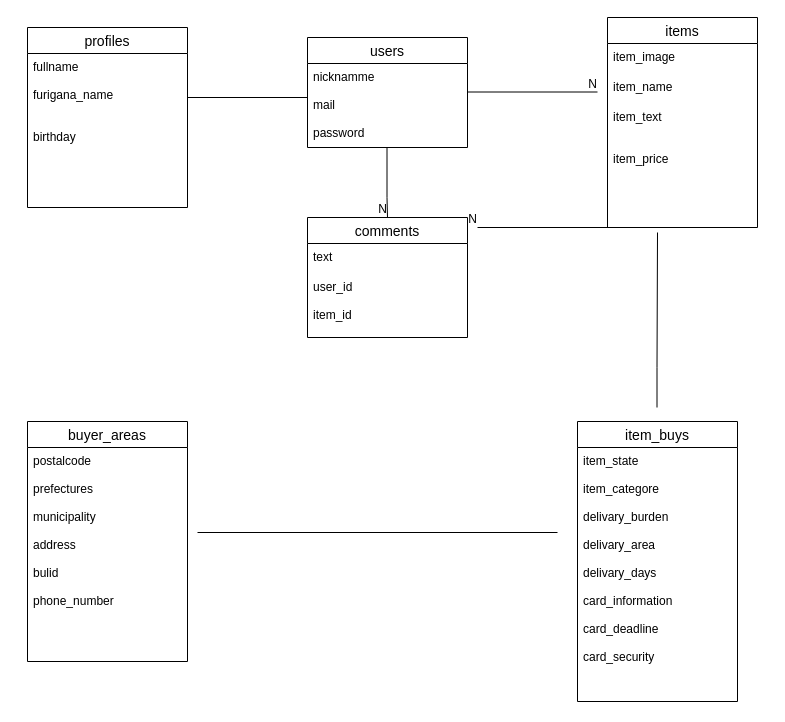
Earlier version of the draw.io diagram furima.dio (nakanowatari-taiki/furima-33539). Source tidied: cells renumbered, new cells numbered last; positions are measured from the earlier drawing's top-left corner, leaving out a move shared by most shapes. Both pictures are drawn from the tidied source at 100%, with x=0, y=0 at pixel (27, 17).
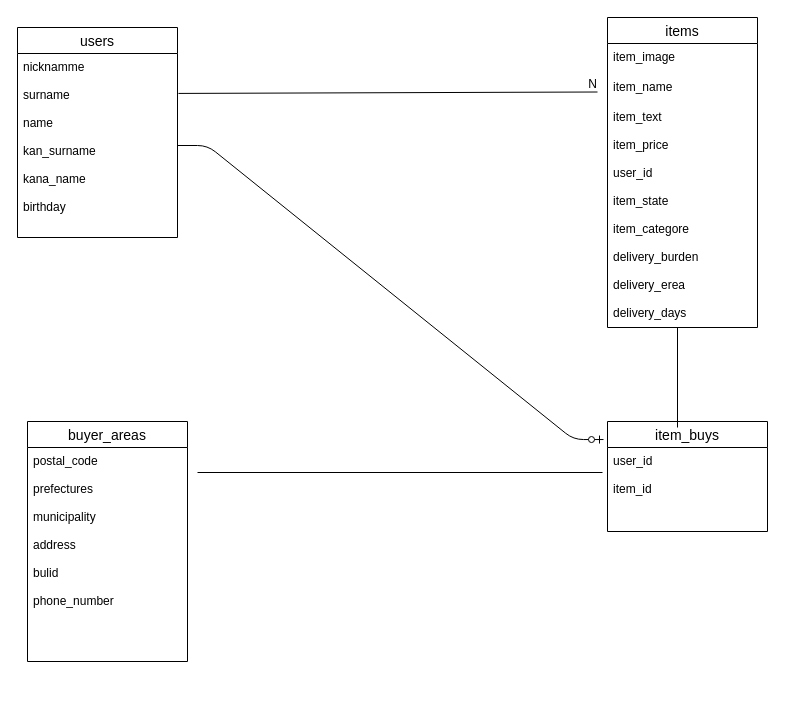
The same diagram, later.

Change to the diagram source:
```diff
@@
     <mxCell id="2" value="users" style="swimlane;fontStyle=0;horizontal=1;startSize=26;align=center;fontSize=14;" parent="1" vertex="1">
-      <mxGeometry x="280" y="20" width="160" height="110" as="geometry" />
+      <mxGeometry x="-10" y="10" width="160" height="210" as="geometry" />
     </mxCell>
-    <mxCell id="3" value="nicknamme&#10;&#10;mail&#10;&#10;password" style="text;strokeColor=none;fillColor=none;spacingLeft=4;spacingRight=4;overflow=hidden;points=[[0,0.5],[1,0.5]];portConstraint=eastwest;fontSize=12;" parent="2" vertex="1">
-      <mxGeometry y="26" width="160" height="84" as="geometry" />
+    <mxCell id="3" value="nicknamme&#10;&#10;surname&#10;&#10;name &#10;&#10;kan_surname&#10;&#10;kana_name&#10;&#10;birthday" style="text;strokeColor=none;fillColor=none;spacingLeft=4;spacingRight=4;overflow=hidden;points=[[0,0.5],[1,0.5]];portConstraint=eastwest;fontSize=12;" parent="2" vertex="1">
+      <mxGeometry y="26" width="160" height="184" as="geometry" />
     </mxCell>
     <mxCell id="4" value="items" style="swimlane;fontStyle=0;horizontal=1;startSize=26;align=center;fontSize=14;" parent="1" vertex="1">
-      <mxGeometry x="580" width="150" height="210" as="geometry" />
+      <mxGeometry x="580" width="150" height="310" as="geometry" />
     </mxCell>
@@
-    <mxCell id="7" value="item_text&#10;&#10;&#10;item_price&#10;&#10;" style="text;strokeColor=none;fillColor=none;spacingLeft=4;spacingRight=4;overflow=hidden;fontSize=12;" parent="4" vertex="1">
-      <mxGeometry y="86" width="150" height="124" as="geometry" />
+    <mxCell id="7" value="item_text&#10;&#10;item_price&#10;&#10;user_id&#10;&#10;item_state&#10;&#10;item_categore&#10;&#10;delivery_burden&#10;&#10;delivery_erea&#10;&#10;delivery_days&#10;&#10;" style="text;strokeColor=none;fillColor=none;spacingLeft=4;spacingRight=4;overflow=hidden;fontSize=12;" parent="4" vertex="1">
+      <mxGeometry y="86" width="150" height="224" as="geometry" />
     </mxCell>
-    <mxCell id="8" value="profiles" style="swimlane;fontStyle=0;horizontal=1;startSize=26;align=center;fontSize=14;" parent="1" vertex="1">
-      <mxGeometry y="10" width="160" height="180" as="geometry" />
-    </mxCell>
-    <mxCell id="9" style="endArrow=none;html=1;rounded=0;" parent="1" edge="1">
-      <mxGeometry relative="1" as="geometry">
-        <mxPoint x="280" y="80" as="sourcePoint" />
-        <mxPoint x="160" y="80" as="targetPoint" />
-        <Array as="points">
-          <mxPoint x="280" y="80" />
-        </Array>
-      </mxGeometry>
-    </mxCell>
-    <mxCell id="10" style="endArrow=none;html=1;rounded=0;" parent="1" edge="1">
+    <mxCell id="10" style="endArrow=none;html=1;rounded=0;exitX=1.006;exitY=0.217;exitDx=0;exitDy=0;exitPerimeter=0;" parent="1" edge="1" source="3">
       <mxGeometry relative="1" as="geometry">
-        <mxPoint x="440" y="74.5" as="sourcePoint" />
         <mxPoint x="570" y="74.5" as="targetPoint" />
       </mxGeometry>
     </mxCell>
@@
-    <mxCell id="12" value="fullname&#10;&#10;furigana_name&#10;&#10;&#10;birthday" style="text;strokeColor=none;fillColor=none;spacingLeft=4;spacingRight=4;overflow=hidden;fontSize=12;" parent="1" vertex="1">
-      <mxGeometry y="36" width="160" height="94" as="geometry" />
-    </mxCell>
-    <mxCell id="13" value="comments" style="swimlane;fontStyle=0;horizontal=1;startSize=26;align=center;fontSize=14;" parent="1" vertex="1">
-      <mxGeometry x="280" y="200" width="160" height="120" as="geometry" />
-    </mxCell>
-    <mxCell id="14" value="text" style="text;strokeColor=none;fillColor=none;spacingLeft=4;spacingRight=4;overflow=hidden;fontSize=12;" parent="13" vertex="1">
-      <mxGeometry y="26" width="160" height="30" as="geometry" />
-    </mxCell>
-    <mxCell id="15" value="user_id&#10;&#10;item_id" style="text;strokeColor=none;fillColor=none;spacingLeft=4;spacingRight=4;overflow=hidden;fontSize=12;" parent="13" vertex="1">
-      <mxGeometry y="56" width="160" height="64" as="geometry" />
-    </mxCell>
-    <mxCell id="16" style="endArrow=none;html=1;rounded=0;" parent="1" edge="1">
-      <mxGeometry relative="1" as="geometry">
-        <mxPoint x="359.5" y="130" as="sourcePoint" />
-        <mxPoint x="360" y="200" as="targetPoint" />
-        <Array as="points">
-          <mxPoint x="359.5" y="180" />
-        </Array>
-      </mxGeometry>
-    </mxCell>
-    <mxCell id="17" value="N" style="html=1;align=right;verticalAlign=bottom;" parent="16" vertex="1">
-      <mxGeometry x="1" relative="1" as="geometry" />
-    </mxCell>
-    <mxCell id="18" style="endArrow=none;html=1;rounded=0;" parent="1" edge="1">
-      <mxGeometry relative="1" as="geometry">
-        <mxPoint x="590" y="210" as="sourcePoint" />
-        <mxPoint x="450" y="210" as="targetPoint" />
-      </mxGeometry>
-    </mxCell>
-    <mxCell id="19" value="N" style="html=1;align=right;verticalAlign=bottom;" parent="18" vertex="1">
-      <mxGeometry x="1" relative="1" as="geometry" />
-    </mxCell>
@@
     <mxCell id="21" value="item_buys" style="swimlane;fontStyle=0;horizontal=1;startSize=26;align=center;fontSize=14;" parent="1" vertex="1">
-      <mxGeometry x="550" y="404" width="160" height="280" as="geometry" />
+      <mxGeometry x="580" y="404" width="160" height="110" as="geometry" />
     </mxCell>
-    <mxCell id="22" value="item_state&#10;&#10;item_categore&#10;&#10;delivary_burden&#10;&#10;delivary_area&#10;&#10;delivary_days&#10;&#10;card_information&#10;&#10;card_deadline&#10;&#10;card_security" style="text;strokeColor=none;fillColor=none;spacingLeft=4;spacingRight=4;overflow=hidden;fontSize=12;" parent="21" vertex="1">
-      <mxGeometry y="26" width="160" height="254" as="geometry" />
+    <mxCell id="22" value="user_id&#10;&#10;item_id" style="text;strokeColor=none;fillColor=none;spacingLeft=4;spacingRight=4;overflow=hidden;fontSize=12;" parent="21" vertex="1">
+      <mxGeometry y="26" width="160" height="84" as="geometry" />
     </mxCell>
-    <mxCell id="23" value="postalcode&#10;&#10;prefectures&#10;&#10;municipality&#10;&#10;address&#10;&#10;bulid&#10;&#10;phone_number" style="text;strokeColor=none;fillColor=none;spacingLeft=4;spacingRight=4;overflow=hidden;fontSize=12;" parent="1" vertex="1">
+    <mxCell id="23" value="postal_code&#10;&#10;prefectures&#10;&#10;municipality&#10;&#10;address&#10;&#10;bulid&#10;&#10;phone_number" style="text;strokeColor=none;fillColor=none;spacingLeft=4;spacingRight=4;overflow=hidden;fontSize=12;" parent="1" vertex="1">
       <mxGeometry y="430" width="160" height="214" as="geometry" />
     </mxCell>
     <mxCell id="24" style="line;strokeWidth=1;dashed=0;labelPosition=right;align=left;verticalAlign=middle;spacingTop=0;spacingLeft=6;" parent="1" vertex="1">
-      <mxGeometry x="170" y="510" width="360" height="10" as="geometry" />
+      <mxGeometry x="170" y="450" width="405" height="10" as="geometry" />
     </mxCell>
-    <mxCell id="25" style="endArrow=none;html=1;rounded=0;" parent="1" edge="1">
-      <mxGeometry relative="1" as="geometry">
-        <mxPoint x="630" y="215" as="sourcePoint" />
-        <mxPoint x="629.5" y="390" as="targetPoint" />
-        <Array as="points">
-          <mxPoint x="629.5" y="350" />
-        </Array>
-      </mxGeometry>
-    </mxCell>
+    <mxCell id="26" style="edgeStyle=entityRelationEdgeStyle;fontSize=12;html=1;endArrow=ERzeroToOne;endFill=1;exitX=1;exitY=0.5;exitDx=0;exitDy=0;entryX=-0.025;entryY=0.164;entryDx=0;entryDy=0;entryPerimeter=0;" parent="1" edge="1" source="3" target="21">
+      <mxGeometry relative="1" as="geometry" />
+    </mxCell>
+    <mxCell id="27" style="endArrow=none;html=1;rounded=0;" parent="1" edge="1">
+      <mxGeometry relative="1" as="geometry">
+        <mxPoint x="650" y="410" as="sourcePoint" />
+        <mxPoint x="650" y="310" as="targetPoint" />
+      </mxGeometry>
+    </mxCell>
```
